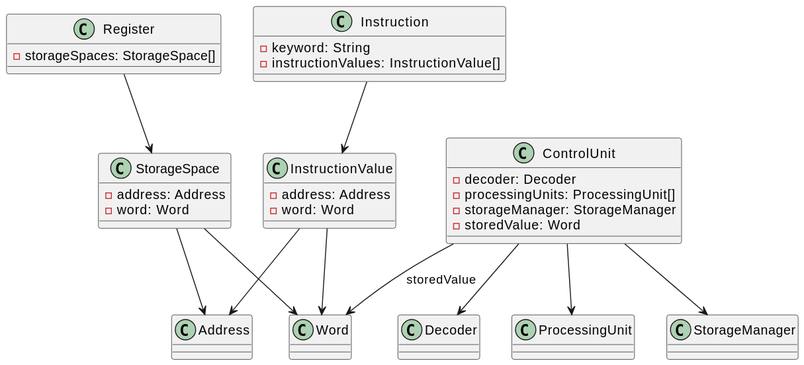
Marc738/ase-cpu-sim keeps this PlantUML diagram as doc/clean-dhbw/assets/svg/Aggregates.svg. Above is the earlier version.
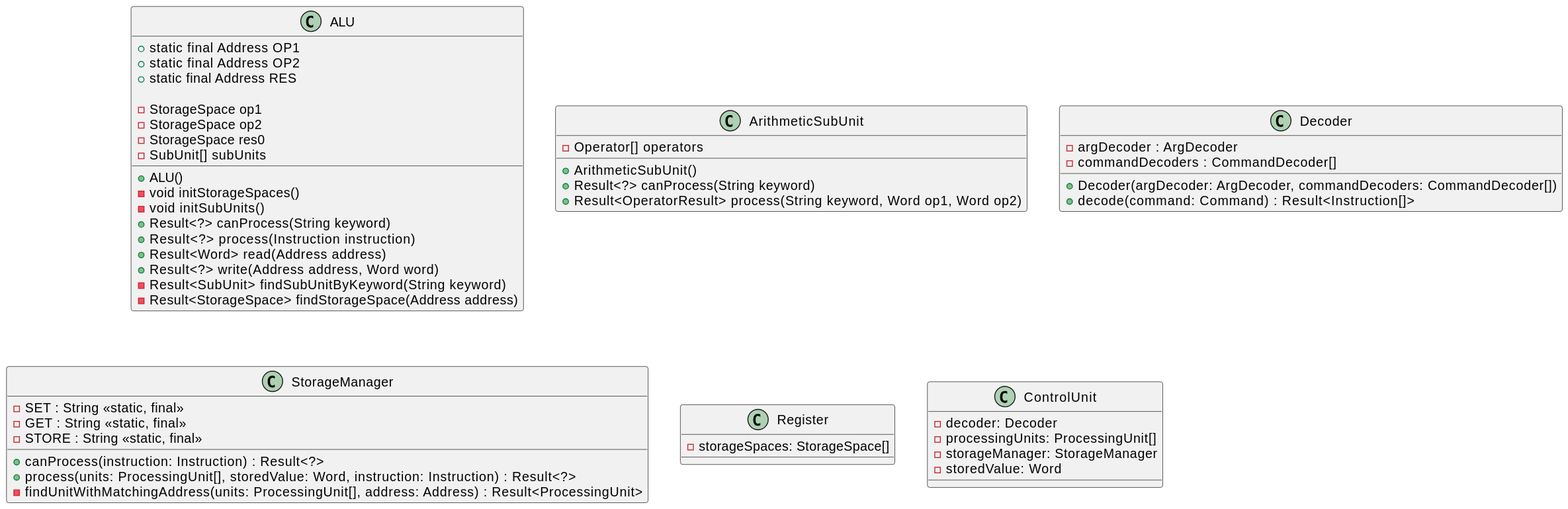
The same diagram one commit later.

Change to the diagram source:
```diff
@@ -1,21 +1,51 @@
 @startuml
-class Instruction {
-  - keyword: String
-  - instructionValues: InstructionValue[]
+class ALU {
+    + static final Address OP1
+    + static final Address OP2
+    + static final Address RES
+
+    - StorageSpace op1
+    - StorageSpace op2
+    - StorageSpace res0
+    - SubUnit[] subUnits
+
+    + ALU()
+    - void initStorageSpaces()
+    - void initSubUnits()
+    + Result<?> canProcess(String keyword)
+    + Result<?> process(Instruction instruction)
+    + Result<Word> read(Address address)
+    + Result<?> write(Address address, Word word)
+    - Result<SubUnit> findSubUnitByKeyword(String keyword)
+    - Result<StorageSpace> findStorageSpace(Address address)
 }
 
-class InstructionValue {
-  - address: Address
-  - word: Word
+class ArithmeticSubUnit {
+    - Operator[] operators
+    + ArithmeticSubUnit()
+    + Result<?> canProcess(String keyword)
+    + Result<OperatorResult> process(String keyword, Word op1, Word op2)
+}
+
+class Decoder {
+  - argDecoder : ArgDecoder
+  - commandDecoders : CommandDecoder[]
+  + Decoder(argDecoder: ArgDecoder, commandDecoders: CommandDecoder[])
+  + decode(command: Command) : Result<Instruction[]>
+}
+
+class StorageManager {
+  - SET : String <<static, final>>
+  - GET : String <<static, final>>
+  - STORE : String <<static, final>>
+
+  + canProcess(instruction: Instruction) : Result<?>
+  + process(units: ProcessingUnit[], storedValue: Word, instruction: Instruction) : Result<?>
+  - findUnitWithMatchingAddress(units: ProcessingUnit[], address: Address) : Result<ProcessingUnit>
 }
 
 class Register {
   - storageSpaces: StorageSpace[]
-}
-
-class StorageSpace {
-  - address: Address
-  - word: Word
 }
 
 class ControlUnit {
@@ -24,17 +54,4 @@
   - storageManager: StorageManager
   - storedValue: Word
 }
-
-Instruction --> InstructionValue
-InstructionValue --> Address
-InstructionValue --> Word
-
-Register --> StorageSpace
-StorageSpace --> Address
-StorageSpace --> Word
-
-ControlUnit --> Decoder
-ControlUnit --> ProcessingUnit
-ControlUnit --> StorageManager
-ControlUnit --> Word : storedValue
 @enduml
```
